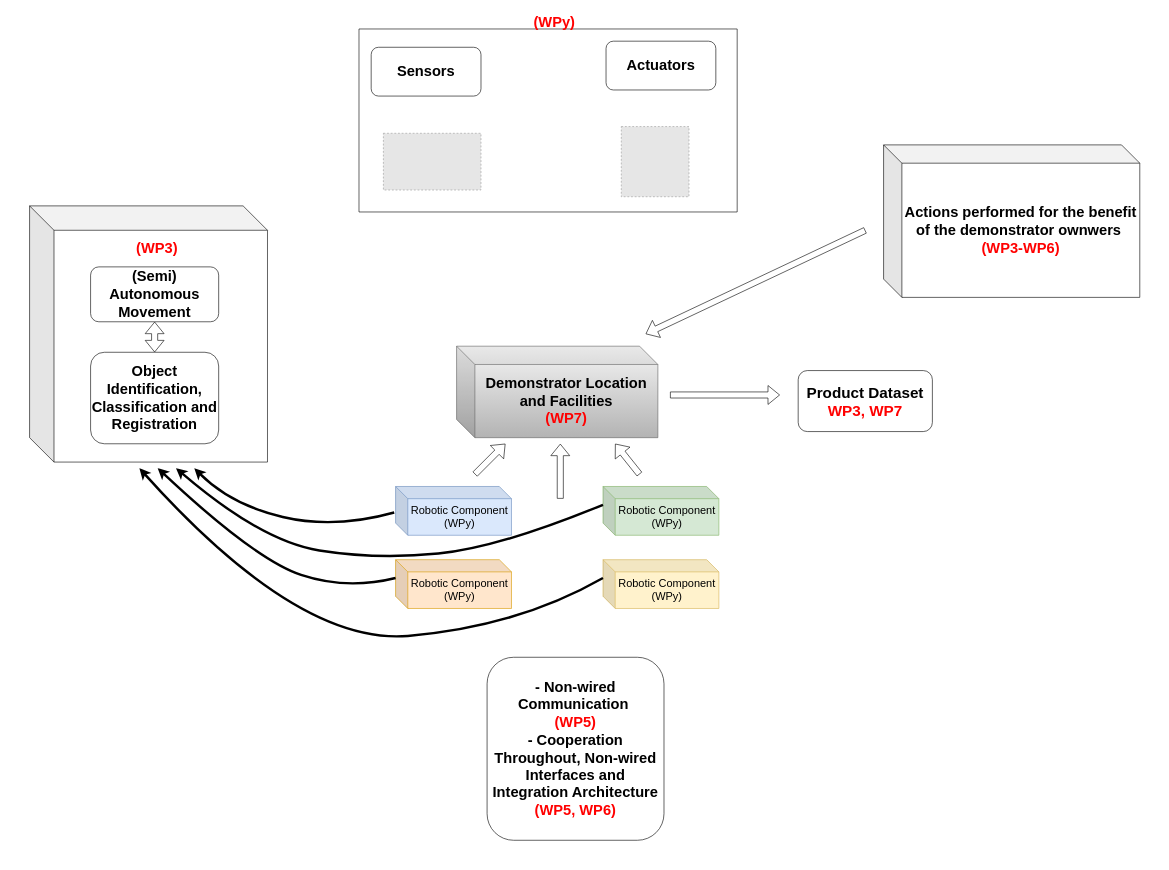
Earlier version of the draw.io diagram UAIRO2.drawio (leszekambro/Drawings). Source tidied: cells renumbered, new cells numbered last; positions are measured from the earlier drawing's top-left corner, leaving out a move shared by most shapes. Both pictures are drawn from the tidied source at 61%, with x=0, y=0 at pixel (29, 10). Pictures stored in the file or linked from it are replaced by grey dashed boxes.
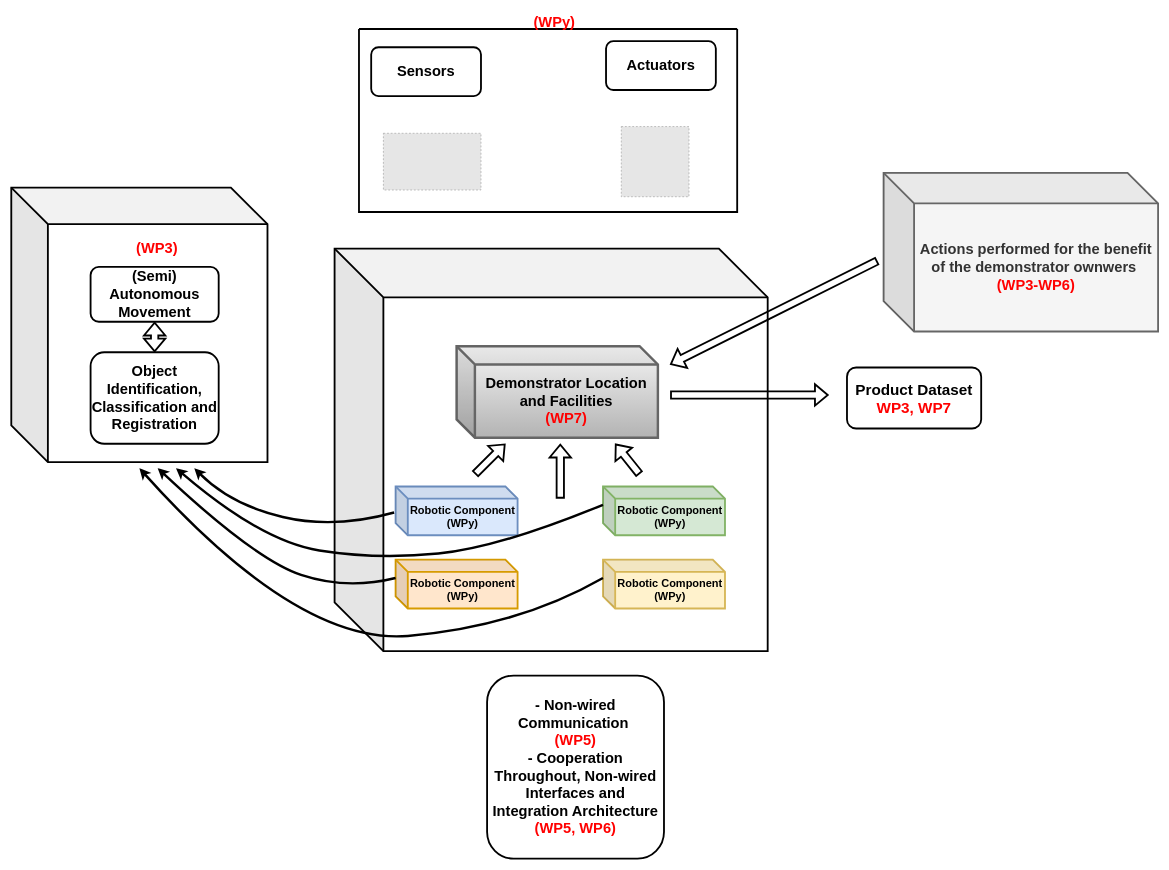
After the change.

What changed in the source:
```diff
@@
+    <mxCell id="31" style="shape=cube;whiteSpace=wrap;html=1;boundedLbl=1;backgroundOutline=1;darkOpacity=0.05;darkOpacity2=0.1;size=80;strokeWidth=3;" parent="1" vertex="1">
+      <mxGeometry x="500" y="390" width="710" height="660" as="geometry" />
+    </mxCell>
-    <mxCell id="2" value="&lt;b style=&quot;font-size: 24px;&quot;&gt;&lt;span style=&quot;&quot;&gt;Demonstrator Location and Facilities&lt;/span&gt;&lt;br&gt;&lt;font style=&quot;font-size: 24px;&quot; color=&quot;#ff0000&quot;&gt;(WP7)&lt;/font&gt;&lt;/b&gt;" style="shape=cube;whiteSpace=wrap;html=1;boundedLbl=1;backgroundOutline=1;darkOpacity=0.05;darkOpacity2=0.1;fillColor=#f5f5f5;gradientColor=#b3b3b3;strokeColor=#666666;size=30;" parent="1" vertex="1">
+    <mxCell id="2" value="&lt;b style=&quot;font-size: 24px;&quot;&gt;&lt;span style=&quot;&quot;&gt;Demonstrator Location and Facilities&lt;/span&gt;&lt;br&gt;&lt;font style=&quot;font-size: 24px;&quot; color=&quot;#ff0000&quot;&gt;(WP7)&lt;/font&gt;&lt;/b&gt;" style="shape=cube;whiteSpace=wrap;html=1;boundedLbl=1;backgroundOutline=1;darkOpacity=0.05;darkOpacity2=0.1;fillColor=#f5f5f5;gradientColor=#b3b3b3;strokeColor=#666666;size=30;strokeWidth=4;" parent="1" vertex="1">
       <mxGeometry x="700" y="550" width="330" height="150" as="geometry" />
     </mxCell>
-    <mxCell id="3" value="&lt;font style=&quot;font-size: 18px;&quot;&gt;Robotic Component&lt;br&gt;(WPy)&lt;/font&gt;" style="shape=cube;whiteSpace=wrap;html=1;boundedLbl=1;backgroundOutline=1;darkOpacity=0.05;darkOpacity2=0.1;fillColor=#dae8fc;strokeColor=#6c8ebf;" parent="1" vertex="1">
-      <mxGeometry x="600" y="780" width="190" height="80" as="geometry" />
+    <mxCell id="3" value="&lt;font style=&quot;font-size: 18px;&quot;&gt;&lt;b&gt;Robotic Component&lt;br&gt;(WPy)&lt;/b&gt;&lt;/font&gt;" style="shape=cube;whiteSpace=wrap;html=1;boundedLbl=1;backgroundOutline=1;darkOpacity=0.05;darkOpacity2=0.1;fillColor=#dae8fc;strokeColor=#6c8ebf;strokeWidth=3;" parent="1" vertex="1">
+      <mxGeometry x="600" y="780" width="200" height="80" as="geometry" />
     </mxCell>
-    <mxCell id="4" value="&lt;font style=&quot;font-size: 18px;&quot;&gt;Robotic Component&lt;br&gt;(WPy)&lt;/font&gt;" style="shape=cube;whiteSpace=wrap;html=1;boundedLbl=1;backgroundOutline=1;darkOpacity=0.05;darkOpacity2=0.1;fillColor=#d5e8d4;strokeColor=#82b366;" parent="1" vertex="1">
-      <mxGeometry x="940" y="780" width="190" height="80" as="geometry" />
+    <mxCell id="4" value="&lt;font style=&quot;font-size: 18px;&quot;&gt;&lt;b&gt;Robotic Component&lt;br&gt;(WPy)&lt;/b&gt;&lt;/font&gt;" style="shape=cube;whiteSpace=wrap;html=1;boundedLbl=1;backgroundOutline=1;darkOpacity=0.05;darkOpacity2=0.1;fillColor=#d5e8d4;strokeColor=#82b366;strokeWidth=3;" parent="1" vertex="1">
+      <mxGeometry x="940" y="780" width="200" height="80" as="geometry" />
     </mxCell>
-    <mxCell id="5" value="&lt;font style=&quot;font-size: 18px;&quot;&gt;Robotic Component&lt;br&gt;(WPy)&lt;/font&gt;" style="shape=cube;whiteSpace=wrap;html=1;boundedLbl=1;backgroundOutline=1;darkOpacity=0.05;darkOpacity2=0.1;fillColor=#fff2cc;strokeColor=#d6b656;" parent="1" vertex="1">
-      <mxGeometry x="940" y="900" width="190" height="80" as="geometry" />
+    <mxCell id="5" value="&lt;font style=&quot;font-size: 18px;&quot;&gt;&lt;b&gt;Robotic Component&lt;br&gt;(WPy)&lt;/b&gt;&lt;/font&gt;" style="shape=cube;whiteSpace=wrap;html=1;boundedLbl=1;backgroundOutline=1;darkOpacity=0.05;darkOpacity2=0.1;fillColor=#fff2cc;strokeColor=#d6b656;strokeWidth=3;" parent="1" vertex="1">
+      <mxGeometry x="940" y="900" width="200" height="80" as="geometry" />
     </mxCell>
-    <mxCell id="6" value="&lt;font style=&quot;font-size: 18px;&quot;&gt;Robotic Component&lt;br&gt;(WPy)&lt;/font&gt;" style="shape=cube;whiteSpace=wrap;html=1;boundedLbl=1;backgroundOutline=1;darkOpacity=0.05;darkOpacity2=0.1;fillColor=#ffe6cc;strokeColor=#d79b00;" parent="1" vertex="1">
-      <mxGeometry x="600" y="900" width="190" height="80" as="geometry" />
+    <mxCell id="6" value="&lt;font style=&quot;font-size: 18px;&quot;&gt;&lt;b&gt;Robotic Component&lt;br&gt;(WPy)&lt;/b&gt;&lt;/font&gt;" style="shape=cube;whiteSpace=wrap;html=1;boundedLbl=1;backgroundOutline=1;darkOpacity=0.05;darkOpacity2=0.1;fillColor=#ffe6cc;strokeColor=#d79b00;strokeWidth=3;" parent="1" vertex="1">
+      <mxGeometry x="600" y="900" width="200" height="80" as="geometry" />
     </mxCell>
-    <mxCell id="7" style="shape=flexArrow;endArrow=classic;html=1;rounded=0;" parent="1" edge="1">
+    <mxCell id="7" style="shape=flexArrow;endArrow=classic;html=1;rounded=0;strokeWidth=3;" parent="1" edge="1">
       <mxGeometry relative="1" as="geometry">
         <mxPoint x="730" y="760" as="sourcePoint" />
         <mxPoint x="780" y="710" as="targetPoint" />
       </mxGeometry>
     </mxCell>
-    <mxCell id="8" style="shape=flexArrow;endArrow=classic;html=1;rounded=0;" parent="1" edge="1">
+    <mxCell id="8" style="shape=flexArrow;endArrow=classic;html=1;rounded=0;strokeWidth=3;" parent="1" edge="1">
       <mxGeometry relative="1" as="geometry">
         <mxPoint x="1000" y="760" as="sourcePoint" />
         <mxPoint x="960" y="710" as="targetPoint" />
       </mxGeometry>
     </mxCell>
-    <mxCell id="9" style="shape=flexArrow;endArrow=classic;html=1;rounded=0;" parent="1" edge="1">
+    <mxCell id="9" style="shape=flexArrow;endArrow=classic;html=1;rounded=0;strokeWidth=3;" parent="1" edge="1">
       <mxGeometry relative="1" as="geometry">
         <mxPoint x="870" y="800" as="sourcePoint" />
         <mxPoint x="870" y="710" as="targetPoint" />
       </mxGeometry>
     </mxCell>
-    <mxCell id="10" value="&lt;font style=&quot;font-size: 24px;&quot;&gt;&lt;b style=&quot;&quot;&gt;&lt;font style=&quot;font-size: 24px;&quot;&gt;Actions performed for the benefit of the demonstrator ownwers&amp;nbsp;&lt;/font&gt;&lt;br&gt;&lt;font style=&quot;font-size: 24px;&quot; color=&quot;#ff0000&quot;&gt;(WP3-WP6)&lt;/font&gt;&lt;/b&gt;&lt;/font&gt;" style="shape=cube;whiteSpace=wrap;html=1;boundedLbl=1;backgroundOutline=1;darkOpacity=0.05;darkOpacity2=0.1;size=30;fillColor=none;" parent="1" vertex="1">
-      <mxGeometry x="1400" y="220" width="420" height="250" as="geometry" />
+    <mxCell id="10" value="&lt;font style=&quot;font-size: 24px;&quot;&gt;&lt;b style=&quot;&quot;&gt;&lt;font style=&quot;font-size: 24px;&quot;&gt;Actions performed for the benefit of the demonstrator ownwers&amp;nbsp;&lt;/font&gt;&lt;br&gt;&lt;font style=&quot;font-size: 24px;&quot; color=&quot;#ff0000&quot;&gt;(WP3-WP6)&lt;/font&gt;&lt;/b&gt;&lt;/font&gt;" style="shape=cube;whiteSpace=wrap;html=1;boundedLbl=1;backgroundOutline=1;darkOpacity=0.05;darkOpacity2=0.1;size=50;fillColor=#f5f5f5;strokeColor=#666666;fontColor=#333333;strokeWidth=3;" parent="1" vertex="1">
+      <mxGeometry x="1400" y="266" width="450" height="260" as="geometry" />
     </mxCell>
-    <mxCell id="11" value="&lt;font style=&quot;font-size: 25px;&quot;&gt;&lt;b style=&quot;&quot;&gt;&lt;span style=&quot;&quot;&gt;Product Dataset&lt;/span&gt;&lt;br&gt;&lt;font style=&quot;font-size: 25px;&quot; color=&quot;#ff0000&quot;&gt;WP3, WP7&lt;/font&gt;&lt;/b&gt;&lt;/font&gt;" style="rounded=1;whiteSpace=wrap;html=1;" parent="1" vertex="1">
-      <mxGeometry x="1260" y="590" width="220" height="100" as="geometry" />
+    <mxCell id="11" value="&lt;font style=&quot;font-size: 25px;&quot;&gt;&lt;b style=&quot;&quot;&gt;&lt;span style=&quot;&quot;&gt;Product Dataset&lt;/span&gt;&lt;br&gt;&lt;font style=&quot;font-size: 25px;&quot; color=&quot;#ff0000&quot;&gt;WP3, WP7&lt;/font&gt;&lt;/b&gt;&lt;/font&gt;" style="rounded=1;whiteSpace=wrap;html=1;strokeWidth=3;" parent="1" vertex="1">
+      <mxGeometry x="1340" y="585" width="220" height="100" as="geometry" />
     </mxCell>
-    <mxCell id="12" value="&lt;font style=&quot;font-size: 24px;&quot;&gt;&lt;b style=&quot;&quot;&gt;- Non-wired Communication&amp;nbsp; &lt;br&gt;&lt;/b&gt;&lt;font style=&quot;font-size: 24px;&quot; color=&quot;#ff0000&quot;&gt;&lt;b style=&quot;&quot;&gt;(WP5)&lt;/b&gt;&lt;/font&gt;&lt;br&gt;&lt;b style=&quot;&quot;&gt;&lt;span style=&quot;&quot;&gt;- Cooperation Throughout, Non-wired Interfaces and Integration Architecture&lt;br&gt;&lt;/span&gt;&lt;/b&gt;&lt;font style=&quot;font-weight: bold; font-size: 24px;&quot; color=&quot;#ff0000&quot;&gt;(WP5, WP6)&lt;/font&gt;&lt;/font&gt;" style="rounded=1;whiteSpace=wrap;html=1;" parent="1" vertex="1">
-      <mxGeometry x="750" y="1060" width="290" height="300" as="geometry" />
+    <mxCell id="12" value="&lt;font style=&quot;font-size: 24px;&quot;&gt;&lt;b style=&quot;&quot;&gt;- Non-wired Communication&amp;nbsp; &lt;br&gt;&lt;/b&gt;&lt;font style=&quot;font-size: 24px;&quot; color=&quot;#ff0000&quot;&gt;&lt;b style=&quot;&quot;&gt;(WP5)&lt;/b&gt;&lt;/font&gt;&lt;br&gt;&lt;b style=&quot;&quot;&gt;&lt;span style=&quot;&quot;&gt;- Cooperation Throughout, Non-wired Interfaces and Integration Architecture&lt;br&gt;&lt;/span&gt;&lt;/b&gt;&lt;font style=&quot;font-weight: bold; font-size: 24px;&quot; color=&quot;#ff0000&quot;&gt;(WP5, WP6)&lt;/font&gt;&lt;/font&gt;" style="rounded=1;whiteSpace=wrap;html=1;strokeWidth=3;" parent="1" vertex="1">
+      <mxGeometry x="750" y="1090" width="290" height="300" as="geometry" />
     </mxCell>
-    <mxCell id="13" style="shape=flexArrow;endArrow=classic;html=1;rounded=0;" parent="1" edge="1">
+    <mxCell id="13" style="shape=flexArrow;endArrow=classic;html=1;rounded=0;strokeWidth=3;" parent="1" edge="1">
       <mxGeometry relative="1" as="geometry">
         <mxPoint x="1050" y="630" as="sourcePoint" />
-        <mxPoint x="1230" y="630" as="targetPoint" />
+        <mxPoint x="1310" y="630" as="targetPoint" />
       </mxGeometry>
     </mxCell>
-    <mxCell id="14" style="shape=flexArrow;endArrow=classic;html=1;rounded=0;" parent="1" edge="1">
-      <mxGeometry relative="1" as="geometry">
-        <mxPoint x="1370" y="360" as="sourcePoint" />
-        <mxPoint x="1010" y="530" as="targetPoint" />
-      </mxGeometry>
-    </mxCell>
-    <mxCell id="15" style="shape=cube;whiteSpace=wrap;html=1;boundedLbl=1;backgroundOutline=1;darkOpacity=0.05;darkOpacity2=0.1;size=40;" parent="1" vertex="1">
-      <mxGeometry y="320" width="390" height="420" as="geometry" />
+    <mxCell id="15" style="shape=cube;whiteSpace=wrap;html=1;boundedLbl=1;backgroundOutline=1;darkOpacity=0.05;darkOpacity2=0.1;size=60;strokeWidth=3;" parent="1" vertex="1">
+      <mxGeometry x="-30" y="290" width="420" height="450" as="geometry" />
     </mxCell>
-    <mxCell id="16" value="&lt;b style=&quot;border-color: var(--border-color);&quot;&gt;&lt;font style=&quot;font-size: 24px;&quot;&gt;(Semi) Autonomous Movement&lt;/font&gt;&lt;br style=&quot;border-color: var(--border-color);&quot;&gt;&lt;/b&gt;" style="rounded=1;whiteSpace=wrap;html=1;" parent="1" vertex="1">
+    <mxCell id="16" value="&lt;b style=&quot;border-color: var(--border-color);&quot;&gt;&lt;font style=&quot;font-size: 24px;&quot;&gt;(Semi) Autonomous Movement&lt;/font&gt;&lt;br style=&quot;border-color: var(--border-color);&quot;&gt;&lt;/b&gt;" style="rounded=1;whiteSpace=wrap;html=1;strokeWidth=3;" parent="1" vertex="1">
       <mxGeometry x="100" y="420" width="210" height="90" as="geometry" />
     </mxCell>
-    <mxCell id="17" style="edgeStyle=orthogonalEdgeStyle;rounded=0;jettySize=auto;html=1;shape=flexArrow;endArrow=block;startArrow=block;" parent="1" edge="1" source="18" target="16">
+    <mxCell id="17" style="edgeStyle=orthogonalEdgeStyle;rounded=0;jettySize=auto;html=1;shape=flexArrow;endArrow=block;startArrow=block;strokeWidth=3;" parent="1" edge="1" source="18" target="16">
       <mxGeometry relative="1" as="geometry" />
     </mxCell>
-    <mxCell id="18" value="&lt;b style=&quot;border-color: var(--border-color);&quot;&gt;&lt;font style=&quot;font-size: 24px;&quot;&gt;Object Identification, Classification and Registration&lt;/font&gt;&lt;/b&gt;" style="rounded=1;whiteSpace=wrap;html=1;" parent="1" vertex="1">
+    <mxCell id="18" value="&lt;b style=&quot;border-color: var(--border-color);&quot;&gt;&lt;font style=&quot;font-size: 24px;&quot;&gt;Object Identification, Classification and Registration&lt;/font&gt;&lt;/b&gt;" style="rounded=1;whiteSpace=wrap;html=1;strokeWidth=3;" parent="1" vertex="1">
       <mxGeometry x="100" y="560" width="210" height="150" as="geometry" />
     </mxCell>
@@
-    <mxCell id="20" value="&lt;b style=&quot;&quot;&gt;&lt;font style=&quot;font-size: 24px;&quot;&gt;Sensors&lt;/font&gt;&lt;/b&gt;" style="rounded=1;whiteSpace=wrap;html=1;" parent="1" vertex="1">
+    <mxCell id="20" value="&lt;b style=&quot;&quot;&gt;&lt;font style=&quot;font-size: 24px;&quot;&gt;Sensors&lt;/font&gt;&lt;/b&gt;" style="rounded=1;whiteSpace=wrap;html=1;strokeWidth=3;" parent="1" vertex="1">
       <mxGeometry x="560" y="60" width="180" height="80" as="geometry" />
     </mxCell>
-    <mxCell id="21" value="&lt;b style=&quot;&quot;&gt;&lt;font style=&quot;font-size: 24px;&quot;&gt;Actuators&lt;/font&gt;&lt;/b&gt;" style="rounded=1;whiteSpace=wrap;html=1;" parent="1" vertex="1">
+    <mxCell id="21" value="&lt;b style=&quot;&quot;&gt;&lt;font style=&quot;font-size: 24px;&quot;&gt;Actuators&lt;/font&gt;&lt;/b&gt;" style="rounded=1;whiteSpace=wrap;html=1;strokeWidth=3;" parent="1" vertex="1">
       <mxGeometry x="945" y="50" width="180" height="80" as="geometry" />
     </mxCell>
-    <mxCell id="22" style="swimlane;startSize=0;" parent="1" vertex="1">
+    <mxCell id="22" style="swimlane;startSize=0;strokeWidth=3;" parent="1" vertex="1">
       <mxGeometry x="540" y="30" width="620" height="300" as="geometry" />
     </mxCell>
@@
+    <mxCell id="14" style="shape=flexArrow;endArrow=classic;html=1;rounded=0;strokeWidth=3;" parent="1" edge="1">
+      <mxGeometry relative="1" as="geometry">
+        <mxPoint x="1390" y="410" as="sourcePoint" />
+        <mxPoint x="1050" y="580" as="targetPoint" />
+      </mxGeometry>
+    </mxCell>
```
